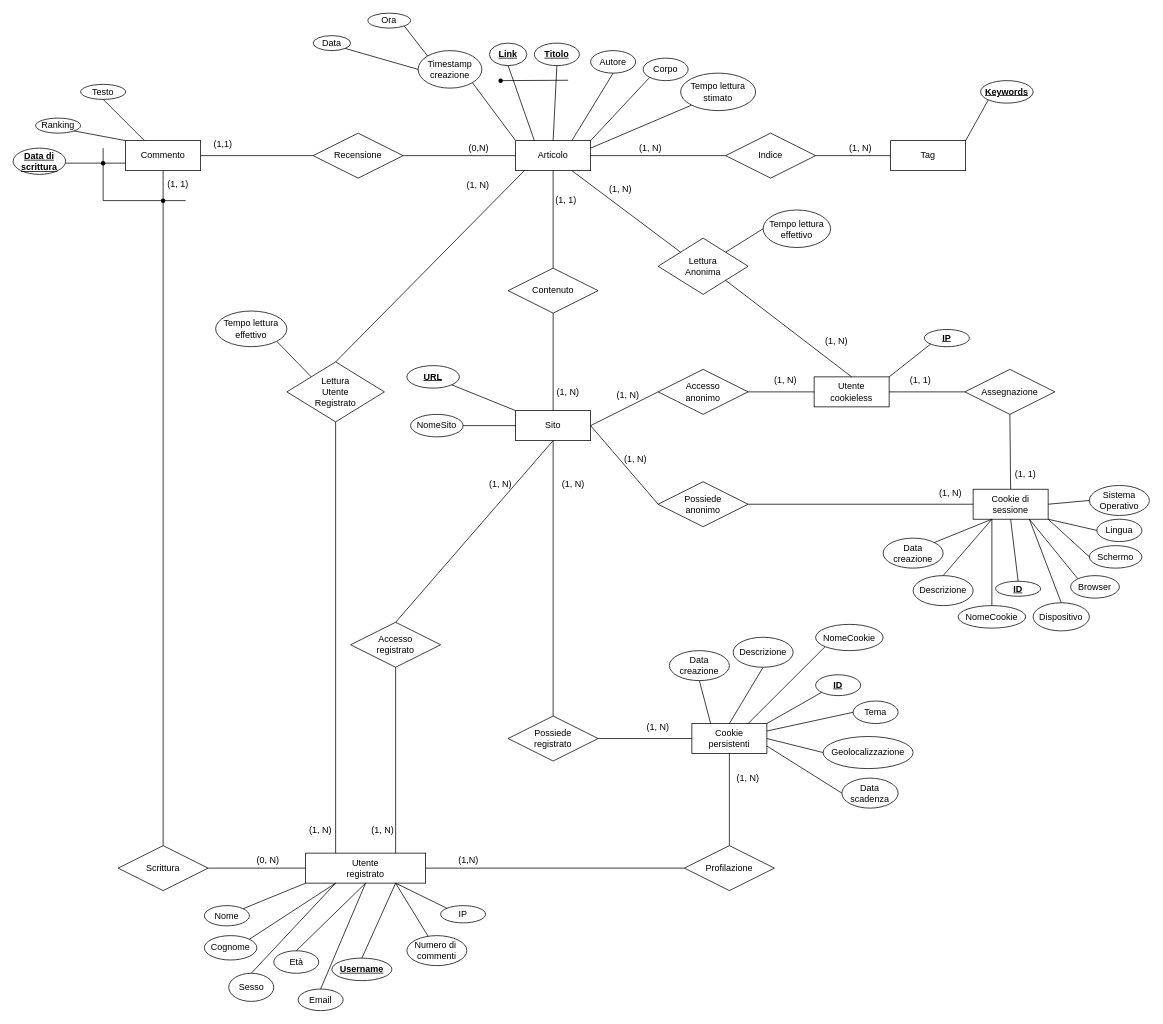
Above: page "Page-2" (2 of 3) of Drawio files/Basi-Progetto-Mappa.drawio in Kirito-Emo/BD-Project (draw.io), before the change. Source tidied: cells renumbered, new cells numbered last; positions are measured from the earlier drawing's top-left corner, leaving out a move shared by most shapes. Both pictures are drawn from the tidied source at 75%, with x=0, y=0 at pixel (13, 13).
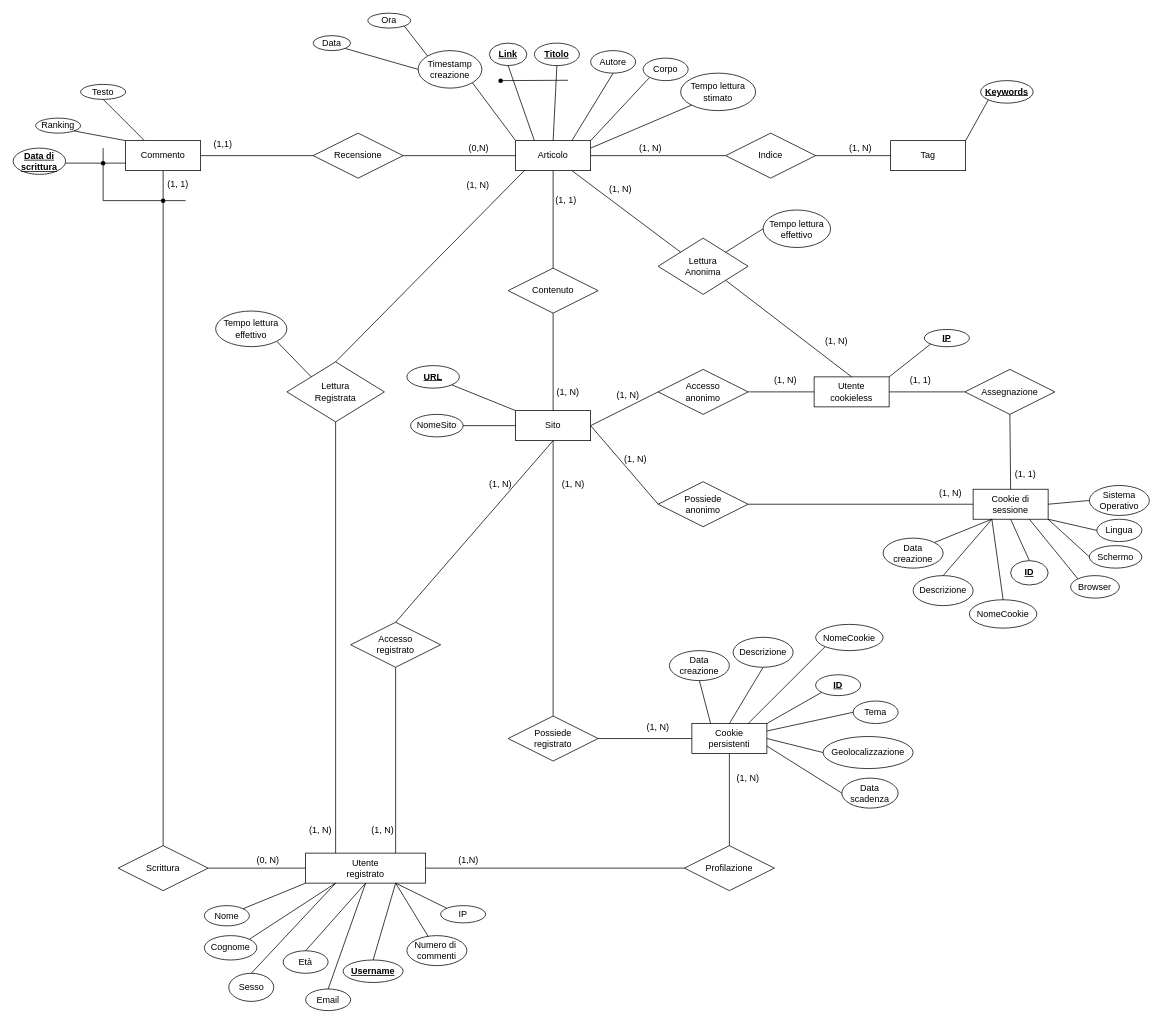
The same page after the edit.

Unchanged cells that the change refers to:
```xml
<mxCell id="22" value="Cookie di sessione" style="whiteSpace=wrap;html=1;align=center;fontFamily=Calibri;" parent="1" vertex="1">
  <mxGeometry x="1280" y="634.8" width="100" height="40" as="geometry" />
</mxCell>
```

Diff of the diagram source:
```diff
@@
     <mxCell id="45" value="&lt;u&gt;&lt;b&gt;Username&lt;/b&gt;&lt;/u&gt;" style="ellipse;whiteSpace=wrap;html=1;align=center;strokeColor=default;fontFamily=Calibri;fontSize=12;fontColor=default;fillColor=default;" parent="1" vertex="1">
-      <mxGeometry x="425" y="1260" width="80" height="30" as="geometry" />
+      <mxGeometry x="440" y="1262.5" width="80" height="30" as="geometry" />
     </mxCell>
     <mxCell id="46" value="Email" style="ellipse;whiteSpace=wrap;html=1;align=center;strokeColor=default;fontFamily=Calibri;fontSize=12;fontColor=default;fillColor=default;" parent="1" vertex="1">
-      <mxGeometry x="380" y="1301.2" width="60" height="28.8" as="geometry" />
+      <mxGeometry x="390" y="1301.2" width="60" height="28.8" as="geometry" />
     </mxCell>
@@
     <mxCell id="48" value="Età" style="ellipse;whiteSpace=wrap;html=1;align=center;strokeColor=default;fontFamily=Calibri;fontSize=12;fontColor=default;fillColor=default;" parent="1" vertex="1">
-      <mxGeometry x="347.5" y="1250.2" width="60" height="30" as="geometry" />
+      <mxGeometry x="360" y="1250.2" width="60" height="30" as="geometry" />
     </mxCell>
@@
-    <mxCell id="100" value="Lettura&lt;br&gt;Utente&lt;br&gt;Registrato" style="shape=rhombus;perimeter=rhombusPerimeter;whiteSpace=wrap;html=1;align=center;fontFamily=Calibri;" parent="1" vertex="1">
+    <mxCell id="100" value="Lettura&lt;br&gt;Registrata" style="shape=rhombus;perimeter=rhombusPerimeter;whiteSpace=wrap;html=1;align=center;fontFamily=Calibri;" parent="1" vertex="1">
       <mxGeometry x="365" y="465" width="130" height="80" as="geometry" />
     </mxCell>
@@
     <mxCell id="149" value="NomeCookie" style="ellipse;whiteSpace=wrap;html=1;align=center;fontStyle=0;strokeColor=default;fontFamily=Calibri;fontSize=12;fontColor=default;fillColor=default;" parent="1" vertex="1">
-      <mxGeometry x="1260" y="790" width="90" height="30" as="geometry" />
+      <mxGeometry x="1275" y="782.2" width="90" height="37.8" as="geometry" />
     </mxCell>
@@
     <mxCell id="151" value="&lt;u&gt;&lt;b&gt;ID&lt;/b&gt;&lt;/u&gt;" style="ellipse;whiteSpace=wrap;html=1;align=center;fontStyle=0;strokeColor=default;fontFamily=Calibri;fontSize=12;fontColor=default;fillColor=default;" parent="1" vertex="1">
-      <mxGeometry x="1310" y="757.5" width="60" height="20" as="geometry" />
+      <mxGeometry x="1330" y="730" width="50" height="32.5" as="geometry" />
     </mxCell>
@@
-    <mxCell id="163" value="Dispositivo" style="ellipse;whiteSpace=wrap;html=1;align=center;strokeColor=default;fontFamily=Calibri;fontSize=12;fontColor=default;fillColor=default;" parent="1" vertex="1">
-      <mxGeometry x="1360" y="786.2" width="75" height="37.5" as="geometry" />
-    </mxCell>
-    <mxCell id="164" style="endArrow=none;html=1;rounded=0;fontFamily=Calibri;fontSize=12;fontColor=default;exitX=0.5;exitY=0;exitDx=0;exitDy=0;entryX=0.75;entryY=1;entryDx=0;entryDy=0;" parent="1" edge="1" source="163" target="22">
-      <mxGeometry relative="1" as="geometry" />
-    </mxCell>
```
